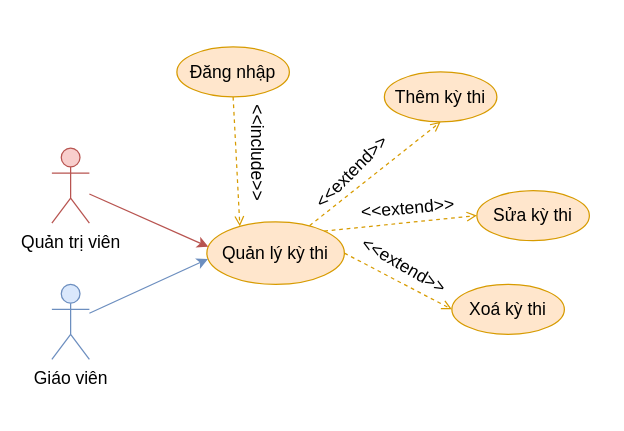
The draw.io diagram Documents/draw/usecase/phan-ra/quan-ly-ky-thi.drawio in copecute/do-an-tot-nghiep, before the edit. Source tidied: cells renumbered, new cells numbered last; positions are measured from the earlier drawing's top-left corner, leaving out a move shared by most shapes. Both pictures are drawn from the tidied source at 125%, with x=0, y=0 at pixel (51, 46).
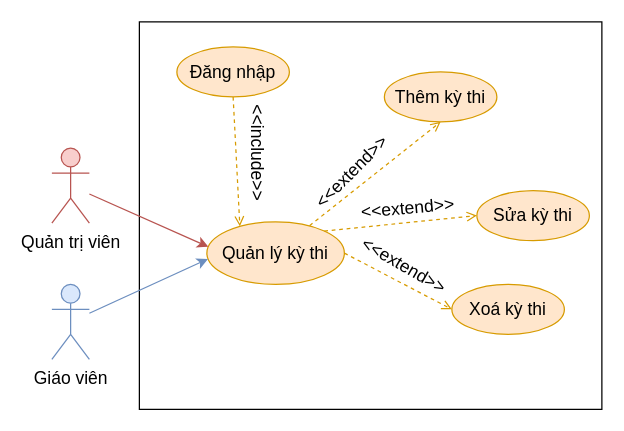
The same diagram, later.

Change to the diagram source:
```diff
@@
 <mxGraphModel>
   <root>
     <mxCell id="0" />
     <mxCell id="1" parent="0" />
+    <mxCell id="19" style="rounded=0;whiteSpace=wrap;html=1;" parent="1" vertex="1">
+      <mxGeometry x="70" y="-20" width="370" height="310" as="geometry" />
+    </mxCell>
     <mxCell id="2" value="Quản lý kỳ thi" style="ellipse;whiteSpace=wrap;html=1;fillColor=#ffe6cc;strokeColor=#d79b00;fontSize=14;" parent="1" vertex="1">
       <mxGeometry x="124" y="140" width="110" height="50" as="geometry" />
     </mxCell>
     <mxCell id="3" style="rounded=0;jettySize=auto;html=1;entryX=0.5;entryY=1;entryDx=0;entryDy=0;fillColor=#ffe6cc;strokeColor=#d79b00;exitX=0.747;exitY=0.061;exitDx=0;exitDy=0;exitPerimeter=0;dashed=1;fontSize=14;endArrow=open;endFill=0;" parent="1" edge="1" source="2" target="6">
       <mxGeometry relative="1" as="geometry" />
     </mxCell>
     <mxCell id="4" style="rounded=0;jettySize=auto;html=1;entryX=0;entryY=0.5;entryDx=0;entryDy=0;fillColor=#ffe6cc;strokeColor=#d79b00;exitX=1;exitY=0;exitDx=0;exitDy=0;dashed=1;fontSize=14;endArrow=open;endFill=0;" parent="1" edge="1" source="2" target="7">
       <mxGeometry relative="1" as="geometry" />
     </mxCell>
     <mxCell id="5" style="rounded=0;jettySize=auto;html=1;exitX=1;exitY=0.5;exitDx=0;exitDy=0;entryX=0;entryY=0.5;entryDx=0;entryDy=0;fillColor=#ffe6cc;strokeColor=#d79b00;dashed=1;fontSize=14;endArrow=open;endFill=0;" parent="1" edge="1" source="2" target="8">
       <mxGeometry relative="1" as="geometry" />
     </mxCell>
     <mxCell id="6" value="Thêm kỳ thi" style="ellipse;whiteSpace=wrap;html=1;fillColor=#ffe6cc;strokeColor=#d79b00;fontSize=14;" parent="1" vertex="1">
       <mxGeometry x="266" y="20" width="90" height="40" as="geometry" />
     </mxCell>
     <mxCell id="7" value="Sửa kỳ thi" style="ellipse;whiteSpace=wrap;html=1;fillColor=#ffe6cc;strokeColor=#d79b00;fontSize=14;" parent="1" vertex="1">
       <mxGeometry x="340" y="115" width="90" height="40" as="geometry" />
     </mxCell>
     <mxCell id="8" value="Xoá kỳ thi" style="ellipse;whiteSpace=wrap;html=1;fillColor=#ffe6cc;strokeColor=#d79b00;fontSize=14;" parent="1" vertex="1">
       <mxGeometry x="320" y="190" width="90" height="40" as="geometry" />
     </mxCell>
     <mxCell id="9" value="&lt;font style=&quot;font-size: 14px;&quot;&gt;&amp;lt;&amp;lt;extend&amp;gt;&amp;gt;&lt;/font&gt;" style="text;html=1;strokeColor=none;fillColor=none;align=center;verticalAlign=middle;whiteSpace=wrap;rounded=0;rotation=-45;fontSize=14;" parent="1" vertex="1">
       <mxGeometry x="210" y="85" width="60" height="30" as="geometry" />
     </mxCell>
     <mxCell id="10" value="&lt;font style=&quot;font-size: 14px;&quot;&gt;&amp;lt;&amp;lt;extend&amp;gt;&amp;gt;&lt;/font&gt;" style="text;html=1;strokeColor=none;fillColor=none;align=center;verticalAlign=middle;whiteSpace=wrap;rounded=0;rotation=-5;fontSize=14;" parent="1" vertex="1">
       <mxGeometry x="255" y="114" width="60" height="30" as="geometry" />
     </mxCell>
     <mxCell id="11" value="&lt;font style=&quot;font-size: 14px;&quot;&gt;&amp;lt;&amp;lt;extend&amp;gt;&amp;gt;&lt;/font&gt;" style="text;html=1;strokeColor=none;fillColor=none;align=center;verticalAlign=middle;whiteSpace=wrap;rounded=0;rotation=30;fontSize=14;" parent="1" vertex="1">
       <mxGeometry x="252" y="160" width="60" height="30" as="geometry" />
     </mxCell>
     <mxCell id="12" style="rounded=0;jettySize=auto;html=1;entryX=0.011;entryY=0.399;entryDx=0;entryDy=0;fillColor=#f8cecc;strokeColor=#b85450;fontSize=14;entryPerimeter=0;" parent="1" edge="1" source="13" target="2">
       <mxGeometry relative="1" as="geometry" />
     </mxCell>
     <mxCell id="13" value="Quản trị viên" style="shape=umlActor;verticalLabelPosition=bottom;verticalAlign=top;html=1;outlineConnect=0;fillColor=#f8cecc;strokeColor=#b85450;fontSize=14;" parent="1" vertex="1">
       <mxGeometry y="81" width="30" height="60" as="geometry" />
     </mxCell>
     <mxCell id="14" style="rounded=0;jettySize=auto;html=1;entryX=0.24;entryY=0.072;entryDx=0;entryDy=0;fillColor=#ffe6cc;strokeColor=#d79b00;endArrow=open;endFill=0;dashed=1;exitX=0.5;exitY=1;exitDx=0;exitDy=0;entryPerimeter=0;" parent="1" edge="1" source="15" target="2">
       <mxGeometry relative="1" as="geometry" />
     </mxCell>
     <mxCell id="15" value="Đăng nhập" style="ellipse;whiteSpace=wrap;html=1;fillColor=#ffe6cc;strokeColor=#d79b00;fontSize=14;" parent="1" vertex="1">
       <mxGeometry x="100" width="90" height="40" as="geometry" />
     </mxCell>
     <mxCell id="16" value="&lt;font&gt;&amp;lt;&amp;lt;include&amp;gt;&amp;gt;&lt;/font&gt;" style="text;html=1;strokeColor=none;fillColor=none;align=center;verticalAlign=middle;whiteSpace=wrap;rounded=0;rotation=90;fontSize=14;" parent="1" vertex="1">
       <mxGeometry x="135" y="70" width="60" height="30" as="geometry" />
     </mxCell>
     <mxCell id="17" style="rounded=0;jettySize=auto;html=1;entryX=0.008;entryY=0.593;entryDx=0;entryDy=0;fillColor=#dae8fc;strokeColor=#6c8ebf;entryPerimeter=0;" parent="1" edge="1" source="18" target="2">
       <mxGeometry relative="1" as="geometry" />
     </mxCell>
     <mxCell id="18" value="Giáo viên" style="shape=umlActor;verticalLabelPosition=bottom;verticalAlign=top;html=1;outlineConnect=0;fillColor=#dae8fc;strokeColor=#6c8ebf;fontSize=14;" parent="1" vertex="1">
       <mxGeometry y="190" width="30" height="60" as="geometry" />
     </mxCell>
   </root>
 </mxGraphModel>
```
